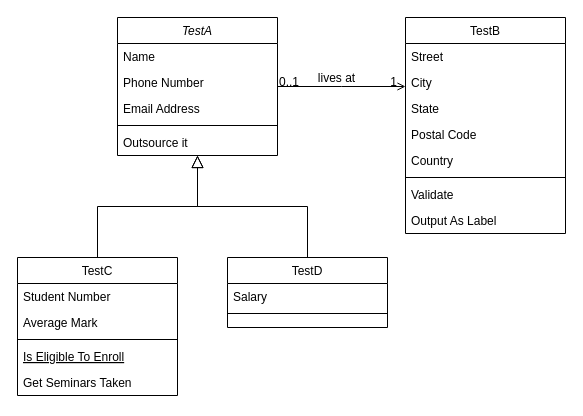
Above: frontend/categories/Untitled Diagram.drawio in HunnySajid/draw (draw.io), before the change. Source tidied: cells renumbered, new cells numbered last; positions are measured from the earlier drawing's top-left corner, leaving out a move shared by most shapes. Both pictures are drawn from the tidied source at 100%, with x=0, y=0 at pixel (17, 17).
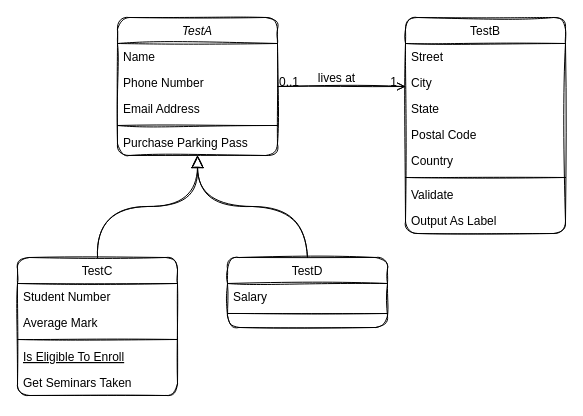
After the change.

Commit message:
make some changes here

What changed in the source:
```diff
@@
-    <mxCell id="2" value="TestA" style="swimlane;fontStyle=2;align=center;verticalAlign=top;horizontal=1;startSize=26;rounded=0;shadow=0;strokeWidth=1;" parent="1" vertex="1">
+    <mxCell id="2" value="TestA" style="swimlane;fontStyle=2;align=center;verticalAlign=top;horizontal=1;startSize=26;rounded=1;shadow=0;strokeWidth=1;sketch=1;" parent="1" vertex="1">
       <mxGeometry x="100" width="160" height="138" as="geometry" />
     </mxCell>
-    <mxCell id="3" value="Name" style="text;align=left;verticalAlign=top;spacingLeft=4;spacingRight=4;overflow=hidden;" parent="2" vertex="1">
+    <mxCell id="3" value="Name" style="text;align=left;verticalAlign=top;spacingLeft=4;spacingRight=4;overflow=hidden;sketch=1;rounded=1;" parent="2" vertex="1">
       <mxGeometry y="26" width="160" height="26" as="geometry" />
     </mxCell>
-    <mxCell id="4" value="Phone Number" style="text;align=left;verticalAlign=top;spacingLeft=4;spacingRight=4;overflow=hidden;rounded=0;shadow=0;html=0;" parent="2" vertex="1">
+    <mxCell id="4" value="Phone Number" style="text;align=left;verticalAlign=top;spacingLeft=4;spacingRight=4;overflow=hidden;rounded=1;shadow=0;html=0;sketch=1;" parent="2" vertex="1">
       <mxGeometry y="52" width="160" height="26" as="geometry" />
     </mxCell>
-    <mxCell id="5" value="Email Address" style="text;align=left;verticalAlign=top;spacingLeft=4;spacingRight=4;overflow=hidden;rounded=0;shadow=0;html=0;" parent="2" vertex="1">
+    <mxCell id="5" value="Email Address" style="text;align=left;verticalAlign=top;spacingLeft=4;spacingRight=4;overflow=hidden;rounded=1;shadow=0;html=0;sketch=1;" parent="2" vertex="1">
       <mxGeometry y="78" width="160" height="26" as="geometry" />
     </mxCell>
-    <mxCell id="6" style="line;html=1;strokeWidth=1;align=left;verticalAlign=middle;spacingTop=-1;spacingLeft=3;spacingRight=3;labelPosition=right;" parent="2" vertex="1">
+    <mxCell id="6" style="line;html=1;strokeWidth=1;align=left;verticalAlign=middle;spacingTop=-1;spacingLeft=3;spacingRight=3;labelPosition=right;sketch=1;rounded=1;" parent="2" vertex="1">
       <mxGeometry y="104" width="160" height="8" as="geometry" />
     </mxCell>
-    <mxCell id="7" value="Outsource it" style="text;align=left;verticalAlign=top;spacingLeft=4;spacingRight=4;overflow=hidden;" parent="2" vertex="1">
+    <mxCell id="7" value="Purchase Parking Pass" style="text;align=left;verticalAlign=top;spacingLeft=4;spacingRight=4;overflow=hidden;sketch=1;rounded=1;" parent="2" vertex="1">
       <mxGeometry y="112" width="160" height="26" as="geometry" />
     </mxCell>
-    <mxCell id="8" value="TestC" style="swimlane;fontStyle=0;align=center;verticalAlign=top;horizontal=1;startSize=26;rounded=0;shadow=0;strokeWidth=1;" parent="1" vertex="1">
+    <mxCell id="8" value="TestC" style="swimlane;fontStyle=0;align=center;verticalAlign=top;horizontal=1;startSize=26;rounded=1;shadow=0;strokeWidth=1;sketch=1;" parent="1" vertex="1">
       <mxGeometry y="240" width="160" height="138" as="geometry" />
     </mxCell>
-    <mxCell id="9" value="Student Number" style="text;align=left;verticalAlign=top;spacingLeft=4;spacingRight=4;overflow=hidden;" parent="8" vertex="1">
+    <mxCell id="9" value="Student Number" style="text;align=left;verticalAlign=top;spacingLeft=4;spacingRight=4;overflow=hidden;sketch=1;rounded=1;" parent="8" vertex="1">
       <mxGeometry y="26" width="160" height="26" as="geometry" />
     </mxCell>
-    <mxCell id="10" value="Average Mark" style="text;align=left;verticalAlign=top;spacingLeft=4;spacingRight=4;overflow=hidden;rounded=0;shadow=0;html=0;" parent="8" vertex="1">
+    <mxCell id="10" value="Average Mark" style="text;align=left;verticalAlign=top;spacingLeft=4;spacingRight=4;overflow=hidden;rounded=1;shadow=0;html=0;sketch=1;" parent="8" vertex="1">
       <mxGeometry y="52" width="160" height="26" as="geometry" />
     </mxCell>
-    <mxCell id="11" style="line;html=1;strokeWidth=1;align=left;verticalAlign=middle;spacingTop=-1;spacingLeft=3;spacingRight=3;labelPosition=right;" parent="8" vertex="1">
+    <mxCell id="11" style="line;html=1;strokeWidth=1;align=left;verticalAlign=middle;spacingTop=-1;spacingLeft=3;spacingRight=3;labelPosition=right;sketch=1;rounded=1;" parent="8" vertex="1">
       <mxGeometry y="78" width="160" height="8" as="geometry" />
     </mxCell>
-    <mxCell id="12" value="Is Eligible To Enroll" style="text;align=left;verticalAlign=top;spacingLeft=4;spacingRight=4;overflow=hidden;fontStyle=4;" parent="8" vertex="1">
+    <mxCell id="12" value="Is Eligible To Enroll" style="text;align=left;verticalAlign=top;spacingLeft=4;spacingRight=4;overflow=hidden;fontStyle=4;sketch=1;rounded=1;" parent="8" vertex="1">
       <mxGeometry y="86" width="160" height="26" as="geometry" />
     </mxCell>
-    <mxCell id="13" value="Get Seminars Taken" style="text;align=left;verticalAlign=top;spacingLeft=4;spacingRight=4;overflow=hidden;" parent="8" vertex="1">
+    <mxCell id="13" value="Get Seminars Taken" style="text;align=left;verticalAlign=top;spacingLeft=4;spacingRight=4;overflow=hidden;sketch=1;rounded=1;" parent="8" vertex="1">
       <mxGeometry y="112" width="160" height="26" as="geometry" />
     </mxCell>
-    <mxCell id="14" style="endArrow=block;endSize=10;endFill=0;shadow=0;strokeWidth=1;rounded=0;edgeStyle=elbowEdgeStyle;elbow=vertical;" parent="1" edge="1" source="8" target="2">
+    <mxCell id="14" style="endArrow=block;endSize=10;endFill=0;shadow=0;strokeWidth=1;rounded=1;edgeStyle=elbowEdgeStyle;elbow=vertical;sketch=1;curved=1;" parent="1" edge="1" source="8" target="2">
       <mxGeometry relative="1" as="geometry" />
     </mxCell>
-    <mxCell id="15" value="TestD" style="swimlane;fontStyle=0;align=center;verticalAlign=top;horizontal=1;startSize=26;rounded=0;shadow=0;strokeWidth=1;" parent="1" vertex="1">
+    <mxCell id="15" value="TestD" style="swimlane;fontStyle=0;align=center;verticalAlign=top;horizontal=1;startSize=26;rounded=1;shadow=0;strokeWidth=1;sketch=1;" parent="1" vertex="1">
       <mxGeometry x="210" y="240" width="160" height="70" as="geometry" />
     </mxCell>
-    <mxCell id="16" value="Salary" style="text;align=left;verticalAlign=top;spacingLeft=4;spacingRight=4;overflow=hidden;" parent="15" vertex="1">
+    <mxCell id="16" value="Salary" style="text;align=left;verticalAlign=top;spacingLeft=4;spacingRight=4;overflow=hidden;sketch=1;rounded=1;" parent="15" vertex="1">
       <mxGeometry y="26" width="160" height="26" as="geometry" />
     </mxCell>
-    <mxCell id="17" style="line;html=1;strokeWidth=1;align=left;verticalAlign=middle;spacingTop=-1;spacingLeft=3;spacingRight=3;labelPosition=right;" parent="15" vertex="1">
+    <mxCell id="17" style="line;html=1;strokeWidth=1;align=left;verticalAlign=middle;spacingTop=-1;spacingLeft=3;spacingRight=3;labelPosition=right;sketch=1;rounded=1;" parent="15" vertex="1">
       <mxGeometry y="52" width="160" height="8" as="geometry" />
     </mxCell>
-    <mxCell id="18" style="endArrow=block;endSize=10;endFill=0;shadow=0;strokeWidth=1;rounded=0;edgeStyle=elbowEdgeStyle;elbow=vertical;" parent="1" edge="1" source="15" target="2">
+    <mxCell id="18" style="endArrow=block;endSize=10;endFill=0;shadow=0;strokeWidth=1;rounded=1;edgeStyle=elbowEdgeStyle;elbow=vertical;sketch=1;curved=1;" parent="1" edge="1" source="15" target="2">
       <mxGeometry relative="1" as="geometry" />
     </mxCell>
-    <mxCell id="19" value="TestB" style="swimlane;fontStyle=0;align=center;verticalAlign=top;horizontal=1;startSize=26;rounded=0;shadow=0;strokeWidth=1;" parent="1" vertex="1">
+    <mxCell id="19" value="TestB" style="swimlane;fontStyle=0;align=center;verticalAlign=top;horizontal=1;startSize=26;rounded=1;shadow=0;strokeWidth=1;sketch=1;" parent="1" vertex="1">
       <mxGeometry x="388" width="160" height="216" as="geometry" />
     </mxCell>
-    <mxCell id="20" value="Street" style="text;align=left;verticalAlign=top;spacingLeft=4;spacingRight=4;overflow=hidden;" parent="19" vertex="1">
+    <mxCell id="20" value="Street" style="text;align=left;verticalAlign=top;spacingLeft=4;spacingRight=4;overflow=hidden;sketch=1;rounded=1;" parent="19" vertex="1">
       <mxGeometry y="26" width="160" height="26" as="geometry" />
     </mxCell>
-    <mxCell id="21" value="City" style="text;align=left;verticalAlign=top;spacingLeft=4;spacingRight=4;overflow=hidden;rounded=0;shadow=0;html=0;" parent="19" vertex="1">
+    <mxCell id="21" value="City" style="text;align=left;verticalAlign=top;spacingLeft=4;spacingRight=4;overflow=hidden;rounded=1;shadow=0;html=0;sketch=1;" parent="19" vertex="1">
       <mxGeometry y="52" width="160" height="26" as="geometry" />
     </mxCell>
-    <mxCell id="22" value="State" style="text;align=left;verticalAlign=top;spacingLeft=4;spacingRight=4;overflow=hidden;rounded=0;shadow=0;html=0;" parent="19" vertex="1">
+    <mxCell id="22" value="State" style="text;align=left;verticalAlign=top;spacingLeft=4;spacingRight=4;overflow=hidden;rounded=1;shadow=0;html=0;sketch=1;" parent="19" vertex="1">
       <mxGeometry y="78" width="160" height="26" as="geometry" />
     </mxCell>
-    <mxCell id="23" value="Postal Code" style="text;align=left;verticalAlign=top;spacingLeft=4;spacingRight=4;overflow=hidden;rounded=0;shadow=0;html=0;" parent="19" vertex="1">
+    <mxCell id="23" value="Postal Code" style="text;align=left;verticalAlign=top;spacingLeft=4;spacingRight=4;overflow=hidden;rounded=1;shadow=0;html=0;sketch=1;" parent="19" vertex="1">
       <mxGeometry y="104" width="160" height="26" as="geometry" />
     </mxCell>
-    <mxCell id="24" value="Country" style="text;align=left;verticalAlign=top;spacingLeft=4;spacingRight=4;overflow=hidden;rounded=0;shadow=0;html=0;" parent="19" vertex="1">
+    <mxCell id="24" value="Country" style="text;align=left;verticalAlign=top;spacingLeft=4;spacingRight=4;overflow=hidden;rounded=1;shadow=0;html=0;sketch=1;" parent="19" vertex="1">
       <mxGeometry y="130" width="160" height="26" as="geometry" />
     </mxCell>
-    <mxCell id="25" style="line;html=1;strokeWidth=1;align=left;verticalAlign=middle;spacingTop=-1;spacingLeft=3;spacingRight=3;labelPosition=right;" parent="19" vertex="1">
+    <mxCell id="25" style="line;html=1;strokeWidth=1;align=left;verticalAlign=middle;spacingTop=-1;spacingLeft=3;spacingRight=3;labelPosition=right;sketch=1;rounded=1;" parent="19" vertex="1">
       <mxGeometry y="156" width="160" height="8" as="geometry" />
     </mxCell>
-    <mxCell id="26" value="Validate" style="text;align=left;verticalAlign=top;spacingLeft=4;spacingRight=4;overflow=hidden;" parent="19" vertex="1">
+    <mxCell id="26" value="Validate" style="text;align=left;verticalAlign=top;spacingLeft=4;spacingRight=4;overflow=hidden;sketch=1;rounded=1;" parent="19" vertex="1">
       <mxGeometry y="164" width="160" height="26" as="geometry" />
     </mxCell>
-    <mxCell id="27" value="Output As Label" style="text;align=left;verticalAlign=top;spacingLeft=4;spacingRight=4;overflow=hidden;" parent="19" vertex="1">
+    <mxCell id="27" value="Output As Label" style="text;align=left;verticalAlign=top;spacingLeft=4;spacingRight=4;overflow=hidden;sketch=1;rounded=1;" parent="19" vertex="1">
       <mxGeometry y="190" width="160" height="26" as="geometry" />
     </mxCell>
-    <mxCell id="28" style="endArrow=open;shadow=0;strokeWidth=1;rounded=0;endFill=1;edgeStyle=elbowEdgeStyle;elbow=vertical;" parent="1" edge="1" source="2" target="19">
+    <mxCell id="28" style="endArrow=open;shadow=0;strokeWidth=1;rounded=1;endFill=1;edgeStyle=elbowEdgeStyle;elbow=vertical;sketch=1;curved=1;" parent="1" edge="1" source="2" target="19">
       <mxGeometry x="0.5" y="41" relative="1" as="geometry">
         <mxPoint x="-40" y="32" as="offset" />
       </mxGeometry>
     </mxCell>
-    <mxCell id="29" value="0..1" style="align=left;verticalAlign=bottom;labelBackgroundColor=none;fontSize=12;" parent="28" vertex="1">
+    <mxCell id="29" value="0..1" style="align=left;verticalAlign=bottom;labelBackgroundColor=none;fontSize=12;sketch=1;rounded=1;" parent="28" vertex="1">
       <mxGeometry x="-1" relative="1" as="geometry">
         <mxPoint y="4" as="offset" />
       </mxGeometry>
     </mxCell>
-    <mxCell id="30" value="1" style="align=right;verticalAlign=bottom;labelBackgroundColor=none;fontSize=12;" parent="28" vertex="1">
+    <mxCell id="30" value="1" style="align=right;verticalAlign=bottom;labelBackgroundColor=none;fontSize=12;sketch=1;rounded=1;" parent="28" vertex="1">
       <mxGeometry x="1" relative="1" as="geometry">
         <mxPoint x="-7" y="4" as="offset" />
       </mxGeometry>
     </mxCell>
-    <mxCell id="31" value="lives at" style="text;html=1;align=center;verticalAlign=middle;labelBackgroundColor=none;rounded=0;shadow=0;strokeWidth=1;fontSize=12;" parent="28" vertex="1">
+    <mxCell id="31" value="lives at" style="text;html=1;align=center;verticalAlign=middle;labelBackgroundColor=none;rounded=1;shadow=0;strokeWidth=1;fontSize=12;sketch=1;" parent="28" vertex="1">
       <mxGeometry x="0.5" y="49" relative="1" as="geometry">
         <mxPoint x="-38" y="40" as="offset" />
       </mxGeometry>
     </mxCell>
```
